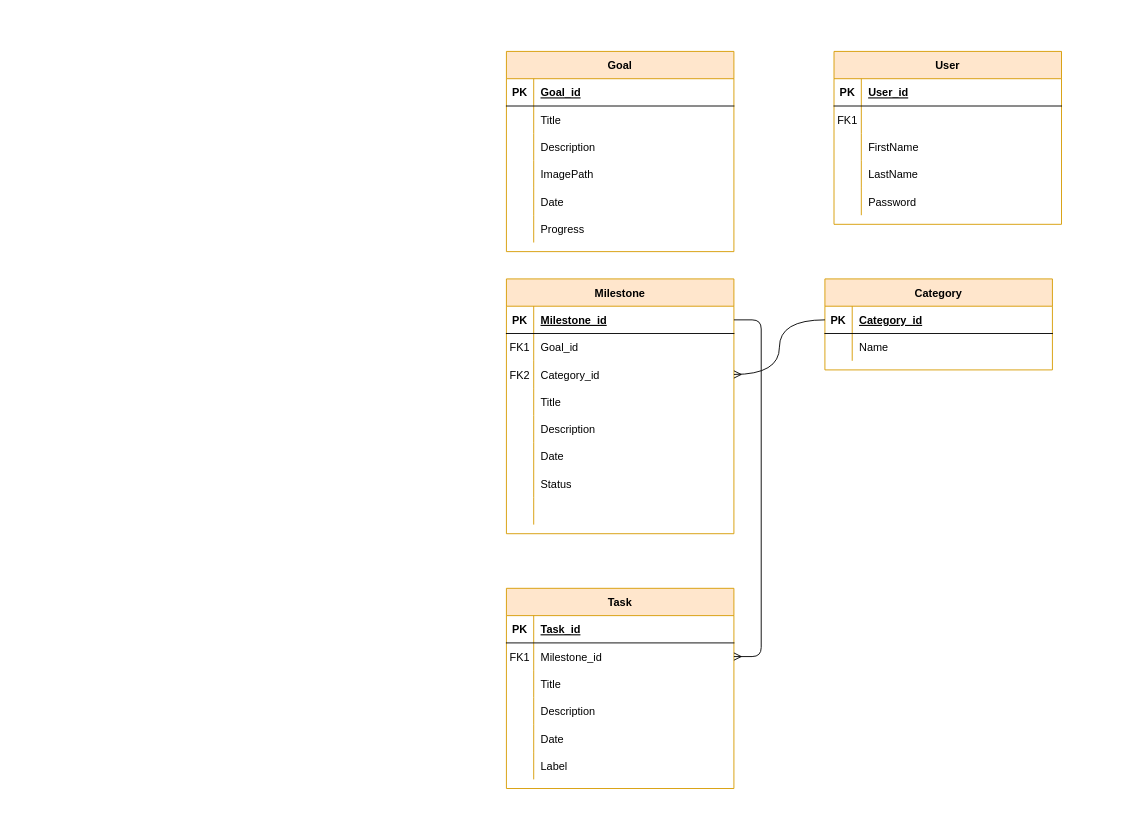
Gerald2023/AimHigh keeps this draw.io diagram as AimHigh_ERD.drawio. Above is the earlier version. Source tidied: cells renumbered, new cells numbered last; positions are measured from the earlier drawing's top-left corner, leaving out a move shared by most shapes. Both pictures are drawn from the tidied source at 91%, with x=0, y=0 at pixel (470, 51).
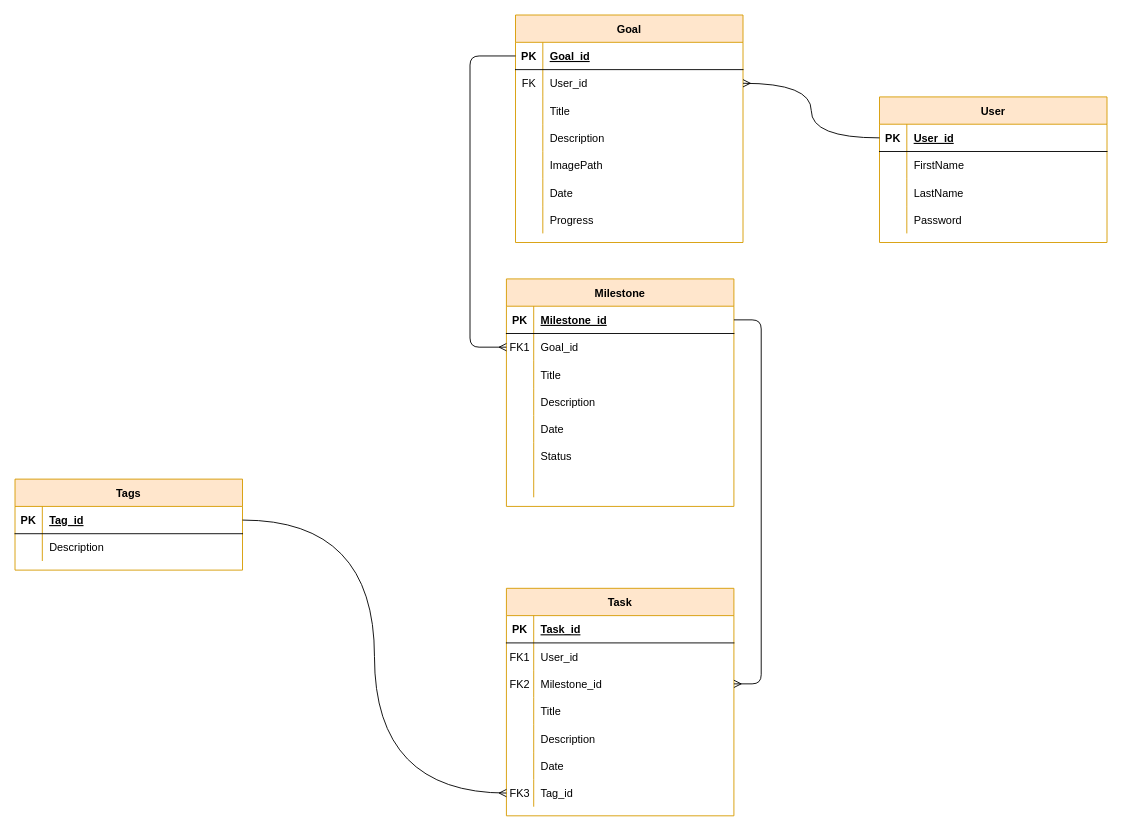
Above is the later version.

Commit message:
added relationships to the ERD between entities

The change refers to these unchanged cells:
```xml
<mxCell id="3" style="shape=partialRectangle;fillColor=none;points=[[0,0.5],[1,0.5]];portConstraint=eastwest;top=0;left=0;right=0;bottom=1;" parent="2" vertex="1">
  <mxGeometry y="30" width="250" height="30" as="geometry" />
</mxCell>
<mxCell id="22" style="shape=partialRectangle;fillColor=none;points=[[0,0.5],[1,0.5]];portConstraint=eastwest;top=0;left=0;right=0;bottom=0;" parent="18" vertex="1">
  <mxGeometry y="60" width="250" height="30" as="geometry" />
</mxCell>
<mxCell id="44" style="shape=partialRectangle;fillColor=none;points=[[0,0.5],[1,0.5]];portConstraint=eastwest;top=0;left=0;right=0;bottom=1;" parent="43" vertex="1">
  <mxGeometry y="30" width="250" height="30" as="geometry" />
</mxCell>
<mxCell id="82" style="shape=partialRectangle;fillColor=none;points=[[0,0.5],[1,0.5]];portConstraint=eastwest;top=0;left=0;right=0;bottom=1;" parent="81" vertex="1">
  <mxGeometry y="30" width="250" height="30" as="geometry" />
</mxCell>
<mxCell id="85" style="shape=partialRectangle;fillColor=none;top=0;left=0;right=0;bottom=0;" parent="81" vertex="1">
  <mxGeometry y="60" width="250" height="30" as="geometry" />
</mxCell>
```

What changed in the source:
```diff
@@
-<mxGraphModel>
+<mxGraphModel background="#ffffff">
@@
     <mxCell id="2" value="User" style="shape=table;startSize=30;childLayout=tableLayout;rowLines=0;fontStyle=1;align=center;fillColor=#ffe6cc;strokeColor=#d79b00;" parent="1" vertex="1">
-      <mxGeometry x="400" width="250" height="190" as="geometry" />
+      <mxGeometry x="450" y="50" width="250" height="160" as="geometry" />
     </mxCell>
@@
-    <mxCell id="6" style="shape=partialRectangle;fillColor=none;top=0;left=0;right=0;bottom=0;" parent="2" vertex="1">
-      <mxGeometry y="60" width="250" height="30" as="geometry" />
-    </mxCell>
-    <mxCell id="7" value="FK1" style="shape=partialRectangle;overflow=hidden;fillColor=none;top=0;left=0;bottom=0;right=0;" parent="6" vertex="1">
-      <mxGeometry width="30" height="30" as="geometry" />
-    </mxCell>
-    <mxCell id="8" style="shape=partialRectangle;overflow=hidden;fillColor=none;top=0;left=0;bottom=0;right=0;align=left;spacingLeft=6;" parent="6" vertex="1">
-      <mxGeometry x="30" width="220" height="30" as="geometry" />
-    </mxCell>
     <mxCell id="9" style="shape=partialRectangle;fillColor=none;top=0;left=0;right=0;bottom=0;" parent="2" vertex="1">
-      <mxGeometry y="90" width="250" height="30" as="geometry" />
+      <mxGeometry y="60" width="250" height="30" as="geometry" />
     </mxCell>
@@
     <mxCell id="12" style="shape=partialRectangle;fillColor=none;top=0;left=0;right=0;bottom=0;" parent="2" vertex="1">
-      <mxGeometry y="120" width="250" height="30" as="geometry" />
+      <mxGeometry y="90" width="250" height="30" as="geometry" />
     </mxCell>
@@
     <mxCell id="15" style="shape=partialRectangle;fillColor=none;top=0;left=0;right=0;bottom=0;" parent="2" vertex="1">
-      <mxGeometry y="150" width="250" height="30" as="geometry" />
+      <mxGeometry y="120" width="250" height="30" as="geometry" />
     </mxCell>
@@
     <mxCell id="18" value="Milestone" style="shape=table;startSize=30;childLayout=tableLayout;rowLines=0;fontStyle=1;align=center;fillColor=#ffe6cc;strokeColor=#d79b00;" parent="1" vertex="1">
-      <mxGeometry x="40" y="250" width="250" height="280" as="geometry" />
+      <mxGeometry x="40" y="250" width="250" height="250" as="geometry" />
     </mxCell>
@@
-    <mxCell id="25" style="shape=partialRectangle;fillColor=none;points=[[0,0.5],[1,0.5]];portConstraint=eastwest;top=0;left=0;right=0;bottom=0;" parent="18" vertex="1">
-      <mxGeometry y="90" width="250" height="30" as="geometry" />
-    </mxCell>
-    <mxCell id="26" value="FK2" style="shape=partialRectangle;overflow=hidden;fillColor=none;top=0;left=0;bottom=0;right=0;" parent="25" vertex="1">
-      <mxGeometry width="30" height="30" as="geometry" />
-    </mxCell>
-    <mxCell id="27" value="Category_id" style="shape=partialRectangle;overflow=hidden;fillColor=none;top=0;left=0;bottom=0;right=0;align=left;spacingLeft=6;" parent="25" vertex="1">
-      <mxGeometry x="30" width="220" height="30" as="geometry" />
-    </mxCell>
     <mxCell id="28" style="shape=partialRectangle;fillColor=none;top=0;left=0;right=0;bottom=0;" parent="18" vertex="1">
-      <mxGeometry y="120" width="250" height="30" as="geometry" />
+      <mxGeometry y="90" width="250" height="30" as="geometry" />
     </mxCell>
@@
     <mxCell id="31" style="shape=partialRectangle;fillColor=none;top=0;left=0;right=0;bottom=0;" parent="18" vertex="1">
-      <mxGeometry y="150" width="250" height="30" as="geometry" />
+      <mxGeometry y="120" width="250" height="30" as="geometry" />
     </mxCell>
@@
     <mxCell id="34" style="shape=partialRectangle;fillColor=none;top=0;left=0;right=0;bottom=0;" parent="18" vertex="1">
-      <mxGeometry y="180" width="250" height="30" as="geometry" />
+      <mxGeometry y="150" width="250" height="30" as="geometry" />
     </mxCell>
@@
     <mxCell id="37" style="shape=partialRectangle;fillColor=none;top=0;left=0;right=0;bottom=0;" parent="18" vertex="1">
-      <mxGeometry y="210" width="250" height="30" as="geometry" />
+      <mxGeometry y="180" width="250" height="30" as="geometry" />
     </mxCell>
@@
     <mxCell id="40" style="shape=partialRectangle;fillColor=none;top=0;left=0;right=0;bottom=0;" parent="18" vertex="1">
-      <mxGeometry y="240" width="250" height="30" as="geometry" />
+      <mxGeometry y="210" width="250" height="30" as="geometry" />
     </mxCell>
@@
     <mxCell id="43" value="Goal" style="shape=table;startSize=30;childLayout=tableLayout;rowLines=0;fontStyle=1;align=center;fillColor=#ffe6cc;strokeColor=#d79b00;" parent="1" vertex="1">
-      <mxGeometry x="40" width="250" height="220" as="geometry" />
+      <mxGeometry x="50" y="-40" width="250" height="250" as="geometry" />
     </mxCell>
@@
+    <mxCell id="90" style="shape=partialRectangle;fillColor=none;points=[[0,0.5],[1,0.5]];portConstraint=eastwest;top=0;left=0;right=0;bottom=0;" parent="43" vertex="1">
+      <mxGeometry y="60" width="250" height="30" as="geometry" />
+    </mxCell>
+    <mxCell id="91" value="FK" style="shape=partialRectangle;overflow=hidden;fillColor=none;top=0;left=0;bottom=0;right=0;" parent="90" vertex="1">
+      <mxGeometry width="30" height="30" as="geometry" />
+    </mxCell>
+    <mxCell id="92" value="User_id" style="shape=partialRectangle;overflow=hidden;fillColor=none;top=0;left=0;bottom=0;right=0;align=left;spacingLeft=6;" parent="90" vertex="1">
+      <mxGeometry x="30" width="220" height="30" as="geometry" />
+    </mxCell>
     <mxCell id="47" style="shape=partialRectangle;fillColor=none;top=0;left=0;right=0;bottom=0;" parent="43" vertex="1">
-      <mxGeometry y="60" width="250" height="30" as="geometry" />
+      <mxGeometry y="90" width="250" height="30" as="geometry" />
     </mxCell>
@@
     <mxCell id="50" style="shape=partialRectangle;fillColor=none;top=0;left=0;right=0;bottom=0;" parent="43" vertex="1">
-      <mxGeometry y="90" width="250" height="30" as="geometry" />
+      <mxGeometry y="120" width="250" height="30" as="geometry" />
     </mxCell>
@@
     <mxCell id="53" style="shape=partialRectangle;fillColor=none;top=0;left=0;right=0;bottom=0;" parent="43" vertex="1">
-      <mxGeometry y="120" width="250" height="30" as="geometry" />
+      <mxGeometry y="150" width="250" height="30" as="geometry" />
     </mxCell>
@@
     <mxCell id="56" style="shape=partialRectangle;fillColor=none;top=0;left=0;right=0;bottom=0;" parent="43" vertex="1">
-      <mxGeometry y="150" width="250" height="30" as="geometry" />
+      <mxGeometry y="180" width="250" height="30" as="geometry" />
     </mxCell>
@@
     <mxCell id="59" style="shape=partialRectangle;fillColor=none;top=0;left=0;right=0;bottom=0;" parent="43" vertex="1">
-      <mxGeometry y="180" width="250" height="30" as="geometry" />
+      <mxGeometry y="210" width="250" height="30" as="geometry" />
     </mxCell>
@@
     <mxCell id="62" value="Task" style="shape=table;startSize=30;childLayout=tableLayout;rowLines=0;fontStyle=1;align=center;fillColor=#ffe6cc;strokeColor=#d79b00;" parent="1" vertex="1">
-      <mxGeometry x="40" y="590" width="250" height="220" as="geometry" />
+      <mxGeometry x="40" y="590" width="250" height="250" as="geometry" />
     </mxCell>
@@
+    <mxCell id="93" style="shape=partialRectangle;fillColor=none;top=0;left=0;right=0;bottom=0;" parent="62" vertex="1">
+      <mxGeometry y="60" width="250" height="30" as="geometry" />
+    </mxCell>
+    <mxCell id="7" value="FK1" style="shape=partialRectangle;overflow=hidden;fillColor=none;top=0;left=0;bottom=0;right=0;" parent="93" vertex="1">
+      <mxGeometry width="30" height="30" as="geometry" />
+    </mxCell>
+    <mxCell id="94" value="User_id" style="shape=partialRectangle;overflow=hidden;fillColor=none;top=0;left=0;bottom=0;right=0;align=left;spacingLeft=6;" parent="93" vertex="1">
+      <mxGeometry x="30" width="220" height="30" as="geometry" />
+    </mxCell>
     <mxCell id="66" style="shape=partialRectangle;fillColor=none;points=[[0,0.5],[1,0.5]];portConstraint=eastwest;top=0;left=0;right=0;bottom=0;" parent="62" vertex="1">
-      <mxGeometry y="60" width="250" height="30" as="geometry" />
+      <mxGeometry y="90" width="250" height="30" as="geometry" />
     </mxCell>
-    <mxCell id="67" value="FK1" style="shape=partialRectangle;overflow=hidden;fillColor=none;top=0;left=0;bottom=0;right=0;" parent="66" vertex="1">
+    <mxCell id="67" value="FK2" style="shape=partialRectangle;overflow=hidden;fillColor=none;top=0;left=0;bottom=0;right=0;" parent="66" vertex="1">
       <mxGeometry width="30" height="30" as="geometry" />
     </mxCell>
@@
     <mxCell id="69" style="shape=partialRectangle;fillColor=none;top=0;left=0;right=0;bottom=0;" parent="62" vertex="1">
-      <mxGeometry y="90" width="250" height="30" as="geometry" />
+      <mxGeometry y="120" width="250" height="30" as="geometry" />
     </mxCell>
@@
     <mxCell id="72" style="shape=partialRectangle;fillColor=none;top=0;left=0;right=0;bottom=0;" parent="62" vertex="1">
-      <mxGeometry y="120" width="250" height="30" as="geometry" />
+      <mxGeometry y="150" width="250" height="30" as="geometry" />
     </mxCell>
@@
     <mxCell id="75" style="shape=partialRectangle;fillColor=none;top=0;left=0;right=0;bottom=0;" parent="62" vertex="1">
-      <mxGeometry y="150" width="250" height="30" as="geometry" />
+      <mxGeometry y="180" width="250" height="30" as="geometry" />
     </mxCell>
@@
     <mxCell id="78" style="shape=partialRectangle;fillColor=none;points=[[0,0.5],[1,0.5]];portConstraint=eastwest;top=0;left=0;right=0;bottom=0;" parent="62" vertex="1">
-      <mxGeometry y="180" width="250" height="30" as="geometry" />
+      <mxGeometry y="210" width="250" height="30" as="geometry" />
     </mxCell>
-    <mxCell id="79" style="shape=partialRectangle;overflow=hidden;fillColor=none;top=0;left=0;bottom=0;right=0;" parent="78" vertex="1">
+    <mxCell id="79" value="FK3" style="shape=partialRectangle;overflow=hidden;fillColor=none;top=0;left=0;bottom=0;right=0;" parent="78" vertex="1">
       <mxGeometry width="30" height="30" as="geometry" />
     </mxCell>
-    <mxCell id="80" value="Label" style="shape=partialRectangle;overflow=hidden;fillColor=none;top=0;left=0;bottom=0;right=0;align=left;spacingLeft=6;" parent="78" vertex="1">
+    <mxCell id="80" value="Tag_id" style="shape=partialRectangle;overflow=hidden;fillColor=none;top=0;left=0;bottom=0;right=0;align=left;spacingLeft=6;" parent="78" vertex="1">
       <mxGeometry x="30" width="220" height="30" as="geometry" />
     </mxCell>
-    <mxCell id="81" value="Category" style="shape=table;startSize=30;childLayout=tableLayout;rowLines=0;fontStyle=1;align=center;fillColor=#ffe6cc;strokeColor=#d79b00;" parent="1" vertex="1">
-      <mxGeometry x="390" y="250" width="250" height="100" as="geometry" />
+    <mxCell id="81" value="Tags" style="shape=table;startSize=30;childLayout=tableLayout;rowLines=0;fontStyle=1;align=center;fillColor=#ffe6cc;strokeColor=#d79b00;" parent="1" vertex="1">
+      <mxGeometry x="-500" y="470" width="250" height="100" as="geometry" />
     </mxCell>
@@
-    <mxCell id="84" value="Category_id" style="shape=partialRectangle;overflow=hidden;fillColor=none;top=0;left=0;bottom=0;right=0;align=left;spacingLeft=6;fontStyle=5;" parent="82" vertex="1">
+    <mxCell id="84" value="Tag_id" style="shape=partialRectangle;overflow=hidden;fillColor=none;top=0;left=0;bottom=0;right=0;align=left;spacingLeft=6;fontStyle=5;" parent="82" vertex="1">
       <mxGeometry x="30" width="220" height="30" as="geometry" />
     </mxCell>
@@
-    <mxCell id="87" value="Name" style="shape=partialRectangle;overflow=hidden;fillColor=none;top=0;left=0;bottom=0;right=0;align=left;spacingLeft=6;" parent="85" vertex="1">
+    <mxCell id="87" value="Description" style="shape=partialRectangle;overflow=hidden;fillColor=none;top=0;left=0;bottom=0;right=0;align=left;spacingLeft=6;" parent="85" vertex="1">
       <mxGeometry x="30" width="220" height="30" as="geometry" />
     </mxCell>
-    <mxCell id="88" style="edgeStyle=orthogonalEdgeStyle;fontSize=12;html=1;endArrow=ERmany;rounded=0;curved=1;entryX=1;entryY=0.5;entryDx=0;entryDy=0;exitX=0;exitY=0.5;exitDx=0;exitDy=0;" parent="1" edge="1" source="82" target="25">
+    <mxCell id="88" style="edgeStyle=orthogonalEdgeStyle;fontSize=12;html=1;endArrow=ERmany;rounded=0;curved=1;exitX=1;exitY=0.5;exitDx=0;exitDy=0;entryX=0;entryY=0.5;entryDx=0;entryDy=0;" parent="1" edge="1" source="82" target="78">
       <mxGeometry relative="1" as="geometry" />
     </mxCell>
@@
+    <mxCell id="95" style="fontSize=12;html=1;endArrow=ERmany;rounded=1;flowAnimation=0;edgeStyle=orthogonalEdgeStyle;exitX=0;exitY=0.5;exitDx=0;exitDy=0;entryX=0;entryY=0.5;entryDx=0;entryDy=0;" parent="1" edge="1" source="44" target="22">
+      <mxGeometry relative="1" as="geometry">
+        <Array as="points">
+          <mxPoint y="5" />
+          <mxPoint y="325" />
+        </Array>
+      </mxGeometry>
+    </mxCell>
+    <mxCell id="96" style="edgeStyle=orthogonalEdgeStyle;fontSize=12;html=1;endArrow=ERmany;rounded=0;curved=1;exitX=0;exitY=0.5;exitDx=0;exitDy=0;" parent="1" edge="1" source="3" target="90">
+      <mxGeometry relative="1" as="geometry" />
+    </mxCell>
```
